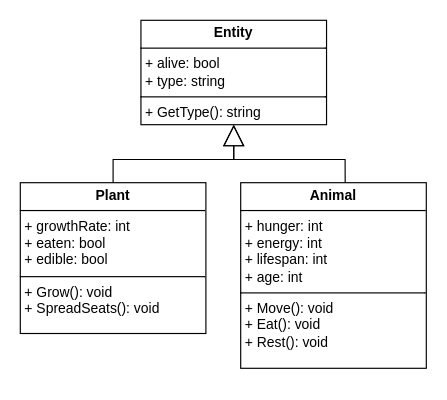
Above: Dagbesteding/C++/Ecosystem/Design/Class diagram ecosystem.drawio in Mythicies/Mythicies (draw.io), before the change. Source tidied: cells renumbered, new cells numbered last; positions are measured from the earlier drawing's top-left corner, leaving out a move shared by most shapes. Both pictures are drawn from the tidied source at 116%, with x=0, y=0 at pixel (20, 20).
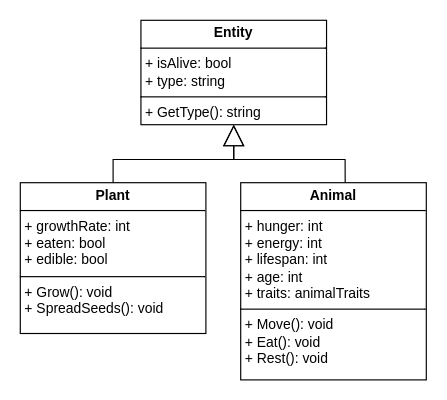
The same page after the edit.

Commit message (it also covers changes not shown here):
ClassDiagram bad update

The edit, as a diff of the source:
```diff
@@
 <mxGraphModel>
   <root>
     <mxCell id="0" />
     <mxCell id="1" parent="0" />
-    <mxCell id="2" value="&lt;p style=&quot;margin:0px;margin-top:4px;text-align:center;&quot;&gt;&lt;b&gt;Entity&lt;/b&gt;&lt;/p&gt;&lt;hr size=&quot;1&quot; style=&quot;border-style:solid;&quot;&gt;&lt;p style=&quot;margin:0px;margin-left:4px;&quot;&gt;&lt;span style=&quot;background-color: transparent; color: light-dark(rgb(0, 0, 0), rgb(255, 255, 255));&quot;&gt;+ alive: bool&lt;/span&gt;&lt;/p&gt;&lt;p style=&quot;margin:0px;margin-left:4px;&quot;&gt;&lt;span style=&quot;background-color: transparent; color: light-dark(rgb(0, 0, 0), rgb(255, 255, 255));&quot;&gt;+ type: string&lt;/span&gt;&lt;/p&gt;&lt;hr size=&quot;1&quot; style=&quot;border-style:solid;&quot;&gt;&lt;p style=&quot;margin:0px;margin-left:4px;&quot;&gt;+ GetType(): string&lt;/p&gt;" style="verticalAlign=top;align=left;overflow=fill;html=1;whiteSpace=wrap;" parent="1" vertex="1">
+    <mxCell id="2" value="&lt;p style=&quot;margin:0px;margin-top:4px;text-align:center;&quot;&gt;&lt;b&gt;Entity&lt;/b&gt;&lt;/p&gt;&lt;hr size=&quot;1&quot; style=&quot;border-style:solid;&quot;&gt;&lt;p style=&quot;margin:0px;margin-left:4px;&quot;&gt;&lt;span style=&quot;background-color: transparent; color: light-dark(rgb(0, 0, 0), rgb(255, 255, 255));&quot;&gt;+ isAlive: bool&lt;/span&gt;&lt;/p&gt;&lt;p style=&quot;margin:0px;margin-left:4px;&quot;&gt;&lt;span style=&quot;background-color: transparent; color: light-dark(rgb(0, 0, 0), rgb(255, 255, 255));&quot;&gt;+ type: string&lt;/span&gt;&lt;/p&gt;&lt;hr size=&quot;1&quot; style=&quot;border-style:solid;&quot;&gt;&lt;p style=&quot;margin:0px;margin-left:4px;&quot;&gt;+ GetType(): string&lt;/p&gt;" style="verticalAlign=top;align=left;overflow=fill;html=1;whiteSpace=wrap;" parent="1" vertex="1">
       <mxGeometry x="104" width="160" height="90" as="geometry" />
     </mxCell>
-    <mxCell id="3" value="&lt;p style=&quot;margin:0px;margin-top:4px;text-align:center;&quot;&gt;&lt;b&gt;Plant&lt;/b&gt;&lt;/p&gt;&lt;hr size=&quot;1&quot; style=&quot;border-style:solid;&quot;&gt;&lt;p style=&quot;margin:0px;margin-left:4px;&quot;&gt;+ growthRate: int&lt;/p&gt;&lt;p style=&quot;margin:0px;margin-left:4px;&quot;&gt;+ eaten: bool&lt;/p&gt;&lt;p style=&quot;margin:0px;margin-left:4px;&quot;&gt;+ edible: bool&lt;/p&gt;&lt;hr size=&quot;1&quot; style=&quot;border-style:solid;&quot;&gt;&lt;p style=&quot;margin:0px;margin-left:4px;&quot;&gt;+ Grow(): void&lt;/p&gt;&lt;p style=&quot;margin:0px;margin-left:4px;&quot;&gt;+ SpreadSeats(): void&lt;/p&gt;" style="verticalAlign=top;align=left;overflow=fill;html=1;whiteSpace=wrap;" parent="1" vertex="1">
+    <mxCell id="3" value="&lt;p style=&quot;margin:0px;margin-top:4px;text-align:center;&quot;&gt;&lt;b&gt;Plant&lt;/b&gt;&lt;/p&gt;&lt;hr size=&quot;1&quot; style=&quot;border-style:solid;&quot;&gt;&lt;p style=&quot;margin:0px;margin-left:4px;&quot;&gt;+ growthRate: int&lt;/p&gt;&lt;p style=&quot;margin:0px;margin-left:4px;&quot;&gt;+ eaten: bool&lt;/p&gt;&lt;p style=&quot;margin:0px;margin-left:4px;&quot;&gt;+ edible: bool&lt;/p&gt;&lt;hr size=&quot;1&quot; style=&quot;border-style:solid;&quot;&gt;&lt;p style=&quot;margin:0px;margin-left:4px;&quot;&gt;+ Grow(): void&lt;/p&gt;&lt;p style=&quot;margin:0px;margin-left:4px;&quot;&gt;+ SpreadSeeds(): void&lt;/p&gt;" style="verticalAlign=top;align=left;overflow=fill;html=1;whiteSpace=wrap;" parent="1" vertex="1">
       <mxGeometry y="140" width="160" height="130" as="geometry" />
     </mxCell>
-    <mxCell id="4" value="&lt;p style=&quot;margin:0px;margin-top:4px;text-align:center;&quot;&gt;&lt;b&gt;Animal&lt;/b&gt;&lt;/p&gt;&lt;hr size=&quot;1&quot; style=&quot;border-style:solid;&quot;&gt;&lt;p style=&quot;margin:0px;margin-left:4px;&quot;&gt;+ hunger: int&lt;/p&gt;&lt;p style=&quot;margin:0px;margin-left:4px;&quot;&gt;+ energy: int&lt;/p&gt;&lt;p style=&quot;margin:0px;margin-left:4px;&quot;&gt;+ lifespan: int&lt;/p&gt;&lt;p style=&quot;margin:0px;margin-left:4px;&quot;&gt;+ age: int&lt;/p&gt;&lt;hr size=&quot;1&quot; style=&quot;border-style:solid;&quot;&gt;&lt;p style=&quot;margin:0px;margin-left:4px;&quot;&gt;+ Move(): void&lt;/p&gt;&lt;p style=&quot;margin:0px;margin-left:4px;&quot;&gt;+ Eat(): void&lt;/p&gt;&lt;p style=&quot;margin:0px;margin-left:4px;&quot;&gt;+ Rest(): void&lt;/p&gt;" style="verticalAlign=top;align=left;overflow=fill;html=1;whiteSpace=wrap;" parent="1" vertex="1">
-      <mxGeometry x="190" y="140" width="160" height="160" as="geometry" />
+    <mxCell id="4" value="&lt;p style=&quot;margin:0px;margin-top:4px;text-align:center;&quot;&gt;&lt;b&gt;Animal&lt;/b&gt;&lt;/p&gt;&lt;hr size=&quot;1&quot; style=&quot;border-style:solid;&quot;&gt;&lt;p style=&quot;margin:0px;margin-left:4px;&quot;&gt;+ hunger: int&lt;/p&gt;&lt;p style=&quot;margin:0px;margin-left:4px;&quot;&gt;+ energy: int&lt;/p&gt;&lt;p style=&quot;margin:0px;margin-left:4px;&quot;&gt;+ lifespan: int&lt;/p&gt;&lt;p style=&quot;margin:0px;margin-left:4px;&quot;&gt;+ age: int&lt;/p&gt;&lt;p style=&quot;margin:0px;margin-left:4px;&quot;&gt;+ traits: animalTraits&lt;/p&gt;&lt;hr size=&quot;1&quot; style=&quot;border-style:solid;&quot;&gt;&lt;p style=&quot;margin:0px;margin-left:4px;&quot;&gt;+ Move(): void&lt;/p&gt;&lt;p style=&quot;margin:0px;margin-left:4px;&quot;&gt;+ Eat(): void&lt;/p&gt;&lt;p style=&quot;margin:0px;margin-left:4px;&quot;&gt;+ Rest(): void&lt;/p&gt;&lt;p style=&quot;margin:0px;margin-left:4px;&quot;&gt;&lt;br&gt;&lt;/p&gt;" style="verticalAlign=top;align=left;overflow=fill;html=1;whiteSpace=wrap;" parent="1" vertex="1">
+      <mxGeometry x="190" y="140" width="160" height="170" as="geometry" />
     </mxCell>
     <mxCell id="5" style="endArrow=block;endSize=16;endFill=0;html=1;rounded=0;entryX=0.5;entryY=1;entryDx=0;entryDy=0;exitX=0.5;exitY=0;exitDx=0;exitDy=0;" parent="1" edge="1" source="3" target="2">
       <mxGeometry relative="1" as="geometry">
         <Array as="points">
           <mxPoint x="80" y="120" />
           <mxPoint x="90" y="120" />
           <mxPoint x="184" y="120" />
         </Array>
       </mxGeometry>
     </mxCell>
     <mxCell id="6" style="endArrow=block;endSize=16;endFill=0;html=1;rounded=0;entryX=0.5;entryY=1;entryDx=0;entryDy=0;exitX=0.563;exitY=0;exitDx=0;exitDy=0;exitPerimeter=0;" parent="1" edge="1" source="4" target="2">
       <mxGeometry relative="1" as="geometry">
         <Array as="points">
           <mxPoint x="280" y="120" />
           <mxPoint x="184" y="120" />
         </Array>
       </mxGeometry>
     </mxCell>
   </root>
 </mxGraphModel>
```
